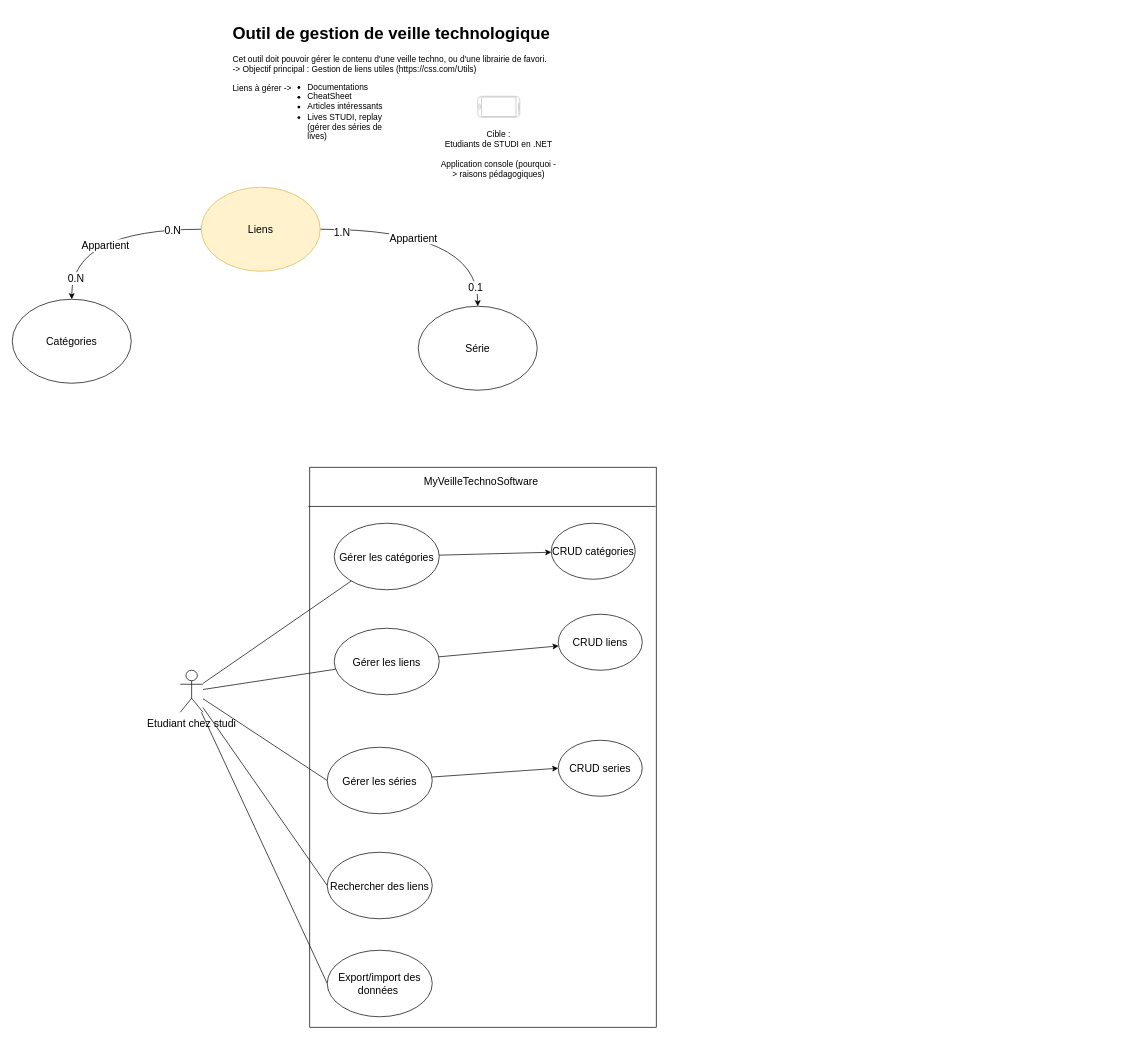
ThomasBDC/MyVeilleTechnoSoftware keeps this draw.io diagram as MyVeilleTechnoSoftware/docs/diagrams.drawio. Above is the earlier version. Source tidied: cells renumbered, new cells numbered last; positions are measured from the earlier drawing's top-left corner, leaving out a move shared by most shapes. Both pictures are drawn from the tidied source at 70%, with x=0, y=0 at pixel (12, 19).
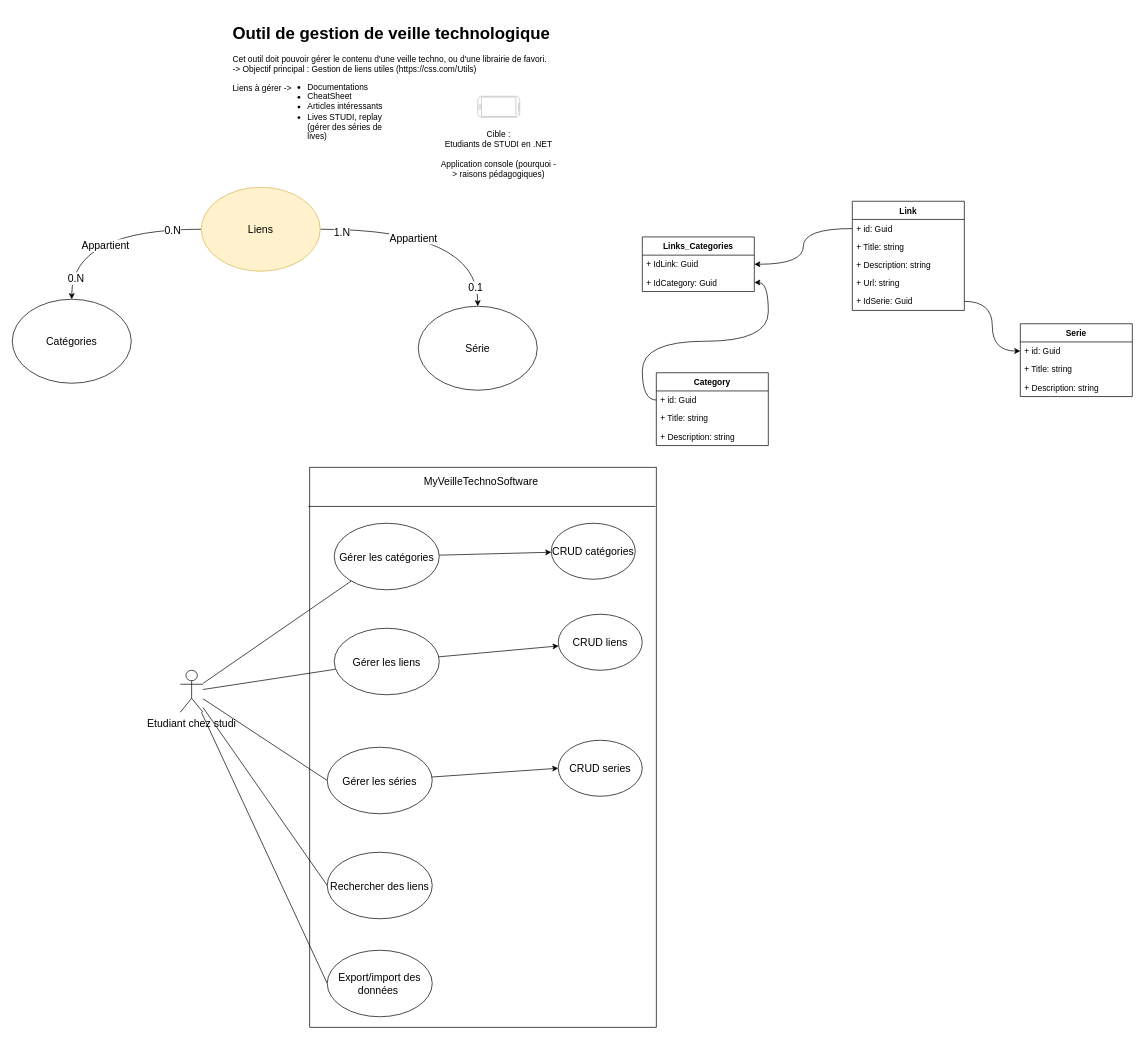
Above is the later version.

Diff of the diagram source:
```diff
@@
+    <mxCell id="37" value="Link" style="swimlane;fontStyle=1;align=center;verticalAlign=top;horizontal=1;startSize=26;" parent="1" vertex="1">
+      <mxGeometry x="1200.1" y="260" width="160" height="156" as="geometry" />
+    </mxCell>
+    <mxCell id="38" value="+ id: Guid" style="text;strokeColor=none;fillColor=none;align=left;verticalAlign=top;spacingLeft=4;spacingRight=4;overflow=hidden;points=[[0,0.5],[1,0.5]];portConstraint=eastwest;" parent="37" vertex="1">
+      <mxGeometry y="26" width="160" height="26" as="geometry" />
+    </mxCell>
+    <mxCell id="39" value="+ Title: string" style="text;strokeColor=none;fillColor=none;align=left;verticalAlign=top;spacingLeft=4;spacingRight=4;overflow=hidden;" parent="37" vertex="1">
+      <mxGeometry y="52" width="160" height="26" as="geometry" />
+    </mxCell>
+    <mxCell id="40" value="+ Description: string" style="text;strokeColor=none;fillColor=none;align=left;verticalAlign=top;spacingLeft=4;spacingRight=4;overflow=hidden;" parent="37" vertex="1">
+      <mxGeometry y="78" width="160" height="26" as="geometry" />
+    </mxCell>
+    <mxCell id="41" value="+ Url: string" style="text;strokeColor=none;fillColor=none;align=left;verticalAlign=top;spacingLeft=4;spacingRight=4;overflow=hidden;" parent="37" vertex="1">
+      <mxGeometry y="104" width="160" height="26" as="geometry" />
+    </mxCell>
+    <mxCell id="42" value="+ IdSerie: Guid" style="text;strokeColor=none;fillColor=none;align=left;verticalAlign=top;spacingLeft=4;spacingRight=4;overflow=hidden;points=[[0,0.5],[1,0.5]];portConstraint=eastwest;" parent="37" vertex="1">
+      <mxGeometry y="130" width="160" height="26" as="geometry" />
+    </mxCell>
+    <mxCell id="43" value="Serie" style="swimlane;fontStyle=1;align=center;verticalAlign=top;horizontal=1;startSize=26;" parent="1" vertex="1">
+      <mxGeometry x="1440.1" y="435" width="160" height="104" as="geometry" />
+    </mxCell>
+    <mxCell id="44" value="+ id: Guid" style="text;strokeColor=none;fillColor=none;align=left;verticalAlign=top;spacingLeft=4;spacingRight=4;overflow=hidden;points=[[0,0.5],[1,0.5]];portConstraint=eastwest;" parent="43" vertex="1">
+      <mxGeometry y="26" width="160" height="26" as="geometry" />
+    </mxCell>
+    <mxCell id="45" value="+ Title: string" style="text;strokeColor=none;fillColor=none;align=left;verticalAlign=top;spacingLeft=4;spacingRight=4;overflow=hidden;" parent="43" vertex="1">
+      <mxGeometry y="52" width="160" height="26" as="geometry" />
+    </mxCell>
+    <mxCell id="46" value="+ Description: string" style="text;strokeColor=none;fillColor=none;align=left;verticalAlign=top;spacingLeft=4;spacingRight=4;overflow=hidden;" parent="43" vertex="1">
+      <mxGeometry y="78" width="160" height="26" as="geometry" />
+    </mxCell>
+    <mxCell id="47" style="edgeStyle=orthogonalEdgeStyle;rounded=0;jettySize=auto;html=1;curved=1;" parent="1" edge="1" source="42" target="44">
+      <mxGeometry relative="1" as="geometry" />
+    </mxCell>
+    <mxCell id="48" value="Category" style="swimlane;fontStyle=1;align=center;verticalAlign=top;horizontal=1;startSize=26;" parent="1" vertex="1">
+      <mxGeometry x="920.1" y="505" width="160" height="104" as="geometry" />
+    </mxCell>
+    <mxCell id="49" value="+ id: Guid" style="text;strokeColor=none;fillColor=none;align=left;verticalAlign=top;spacingLeft=4;spacingRight=4;overflow=hidden;points=[[0,0.5],[1,0.5]];portConstraint=eastwest;" parent="48" vertex="1">
+      <mxGeometry y="26" width="160" height="26" as="geometry" />
+    </mxCell>
+    <mxCell id="50" value="+ Title: string" style="text;strokeColor=none;fillColor=none;align=left;verticalAlign=top;spacingLeft=4;spacingRight=4;overflow=hidden;" parent="48" vertex="1">
+      <mxGeometry y="52" width="160" height="26" as="geometry" />
+    </mxCell>
+    <mxCell id="51" value="+ Description: string" style="text;strokeColor=none;fillColor=none;align=left;verticalAlign=top;spacingLeft=4;spacingRight=4;overflow=hidden;" parent="48" vertex="1">
+      <mxGeometry y="78" width="160" height="26" as="geometry" />
+    </mxCell>
+    <mxCell id="52" value="Links_Categories" style="swimlane;fontStyle=1;align=center;verticalAlign=top;horizontal=1;startSize=26;" parent="1" vertex="1">
+      <mxGeometry x="900.1" y="311" width="160" height="78" as="geometry" />
+    </mxCell>
+    <mxCell id="53" value="+ IdLink: Guid" style="text;strokeColor=none;fillColor=none;align=left;verticalAlign=top;spacingLeft=4;spacingRight=4;overflow=hidden;points=[[0,0.5],[1,0.5]];portConstraint=eastwest;" parent="52" vertex="1">
+      <mxGeometry y="26" width="160" height="26" as="geometry" />
+    </mxCell>
+    <mxCell id="54" value="+ IdCategory: Guid" style="text;strokeColor=none;fillColor=none;align=left;verticalAlign=top;spacingLeft=4;spacingRight=4;overflow=hidden;points=[[0,0.5],[1,0.5]];portConstraint=eastwest;" parent="52" vertex="1">
+      <mxGeometry y="52" width="160" height="26" as="geometry" />
+    </mxCell>
+    <mxCell id="55" style="edgeStyle=orthogonalEdgeStyle;curved=1;rounded=0;jettySize=auto;html=1;entryX=1;entryY=0.5;entryDx=0;entryDy=0;" parent="1" edge="1" source="38" target="53">
+      <mxGeometry relative="1" as="geometry" />
+    </mxCell>
+    <mxCell id="56" style="edgeStyle=orthogonalEdgeStyle;curved=1;rounded=0;jettySize=auto;html=1;entryX=1;entryY=0.5;entryDx=0;entryDy=0;" parent="1" edge="1" source="49" target="54">
+      <mxGeometry relative="1" as="geometry" />
+    </mxCell>
```
